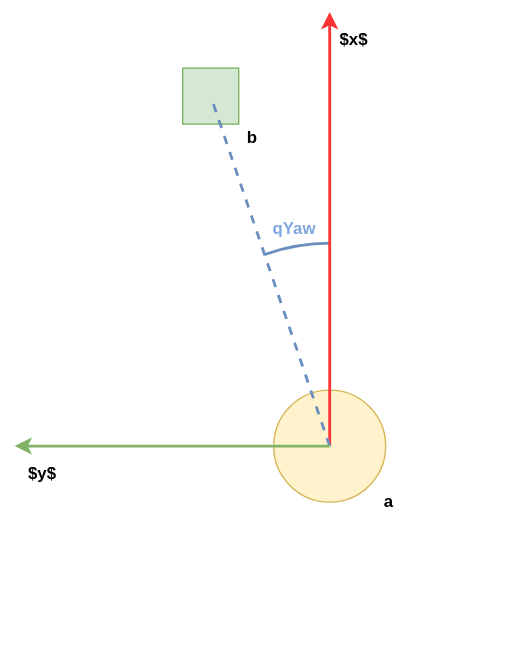
Earlier version of the draw.io export Figures/figqYaw.drawio.svg (orjano-max/ORJANOS_MASTER_REPO). Source tidied: cells renumbered, new cells last; positions are measured from the earlier drawing's top-left corner, leaving out a move shared by most shapes.
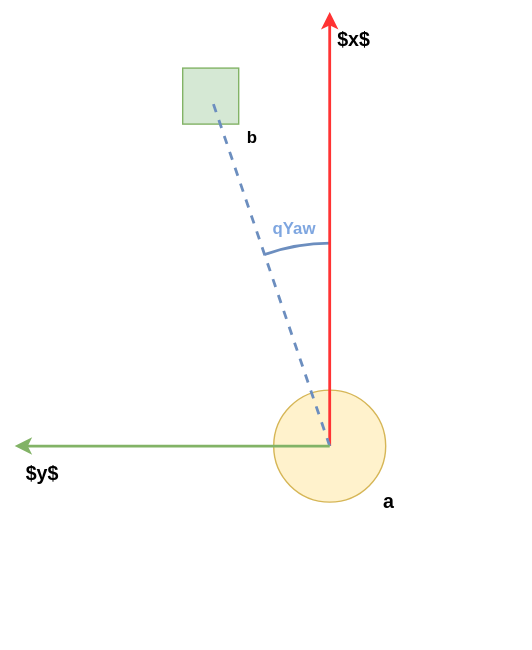
After the change.

What changed in the source:
```diff
@@ -32,16 +32,16 @@
     <mxCell id="8" value="&lt;b&gt;qYaw&lt;/b&gt;" style="text;html=1;strokeColor=none;fillColor=none;align=center;verticalAlign=middle;whiteSpace=wrap;rounded=0;fontColor=#7EA6E0;" parent="1" vertex="1">
       <mxGeometry x="180" y="140" width="60" height="30" as="geometry" />
     </mxCell>
-    <mxCell id="9" value="&lt;b&gt;a&lt;/b&gt;" style="text;html=1;strokeColor=none;fillColor=none;align=center;verticalAlign=middle;whiteSpace=wrap;rounded=0;" parent="1" vertex="1">
+    <mxCell id="9" value="&lt;b style=&quot;font-size: 14px;&quot;&gt;a&lt;/b&gt;" style="text;html=1;strokeColor=none;fillColor=none;align=center;verticalAlign=middle;whiteSpace=wrap;rounded=0;fontSize=14;" parent="1" vertex="1">
       <mxGeometry x="265" y="340" width="25" height="20" as="geometry" />
     </mxCell>
     <mxCell id="10" value="&lt;b&gt;b&lt;/b&gt;" style="text;html=1;strokeColor=none;fillColor=none;align=center;verticalAlign=middle;whiteSpace=wrap;rounded=0;" parent="1" vertex="1">
       <mxGeometry x="170" y="80" width="20" height="20" as="geometry" />
     </mxCell>
-    <mxCell id="11" value="&lt;b&gt;$x$&lt;/b&gt;" style="text;html=1;strokeColor=none;fillColor=none;align=center;verticalAlign=middle;whiteSpace=wrap;rounded=0;" parent="1" vertex="1">
+    <mxCell id="11" value="&lt;b style=&quot;font-size: 14px;&quot;&gt;$x$&lt;/b&gt;" style="text;html=1;strokeColor=none;fillColor=none;align=center;verticalAlign=middle;whiteSpace=wrap;rounded=0;fontSize=14;" parent="1" vertex="1">
       <mxGeometry x="240" y="10" width="25" height="20" as="geometry" />
     </mxCell>
-    <mxCell id="12" value="&lt;b&gt;$y$&lt;/b&gt;" style="text;html=1;strokeColor=none;fillColor=none;align=center;verticalAlign=middle;whiteSpace=wrap;rounded=0;" parent="1" vertex="1">
+    <mxCell id="12" value="&lt;b style=&quot;font-size: 14px;&quot;&gt;$y$&lt;/b&gt;" style="text;html=1;strokeColor=none;fillColor=none;align=center;verticalAlign=middle;whiteSpace=wrap;rounded=0;fontSize=14;" parent="1" vertex="1">
       <mxGeometry y="320" width="60" height="20" as="geometry" />
     </mxCell>
   </root>
```
